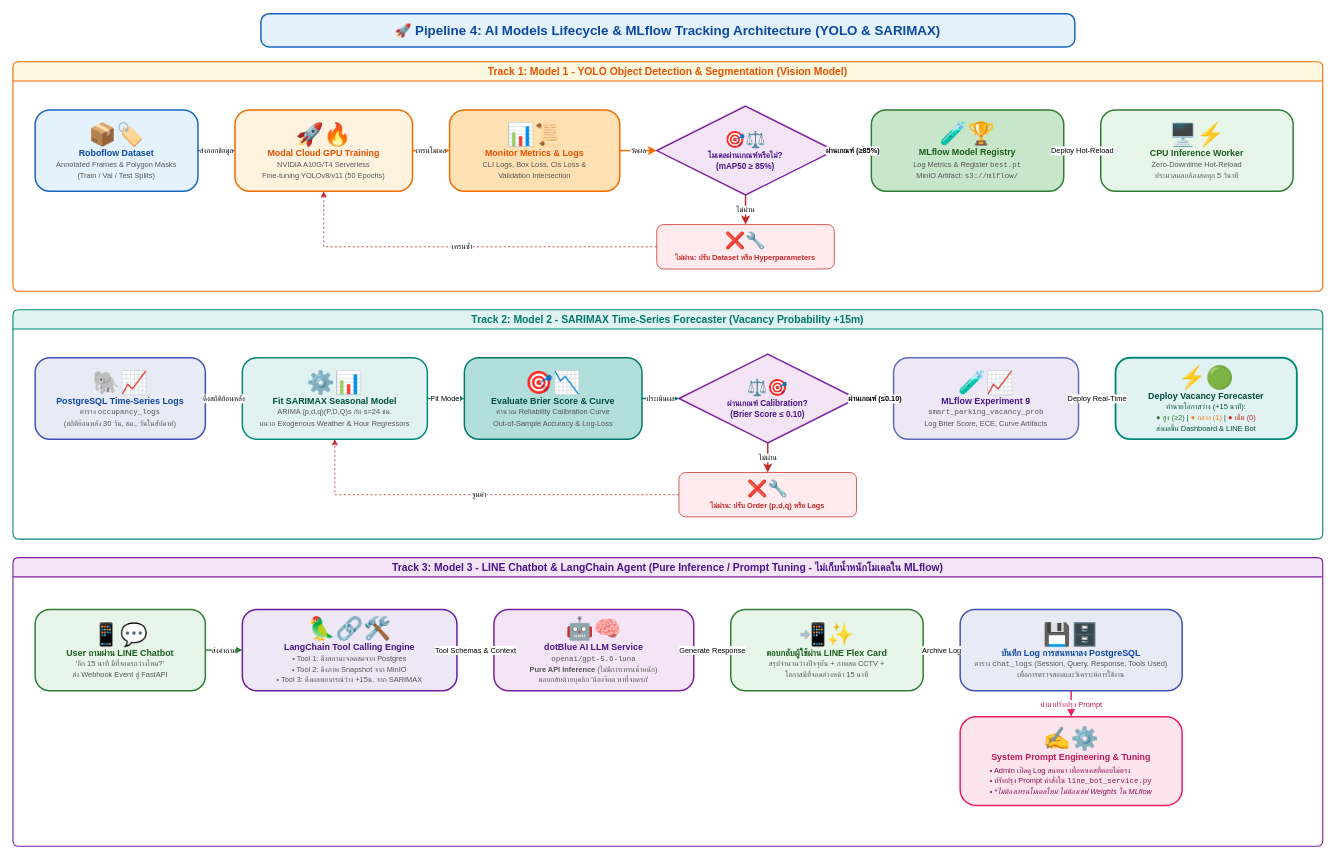
This is page "5. AI Models Training & MLflow Registry" (5 of 7) of diagrams/overviews.drawio from price-of-sungkhanakharin/mini-pro-eco, a draw.io file, before an edit. Source tidied: cells renumbered, new cells numbered last; positions are measured from the earlier drawing's top-left corner, leaving out a move shared by most shapes. Both pictures are drawn from the tidied source at 74%, with x=0, y=0 at pixel (13, 13).
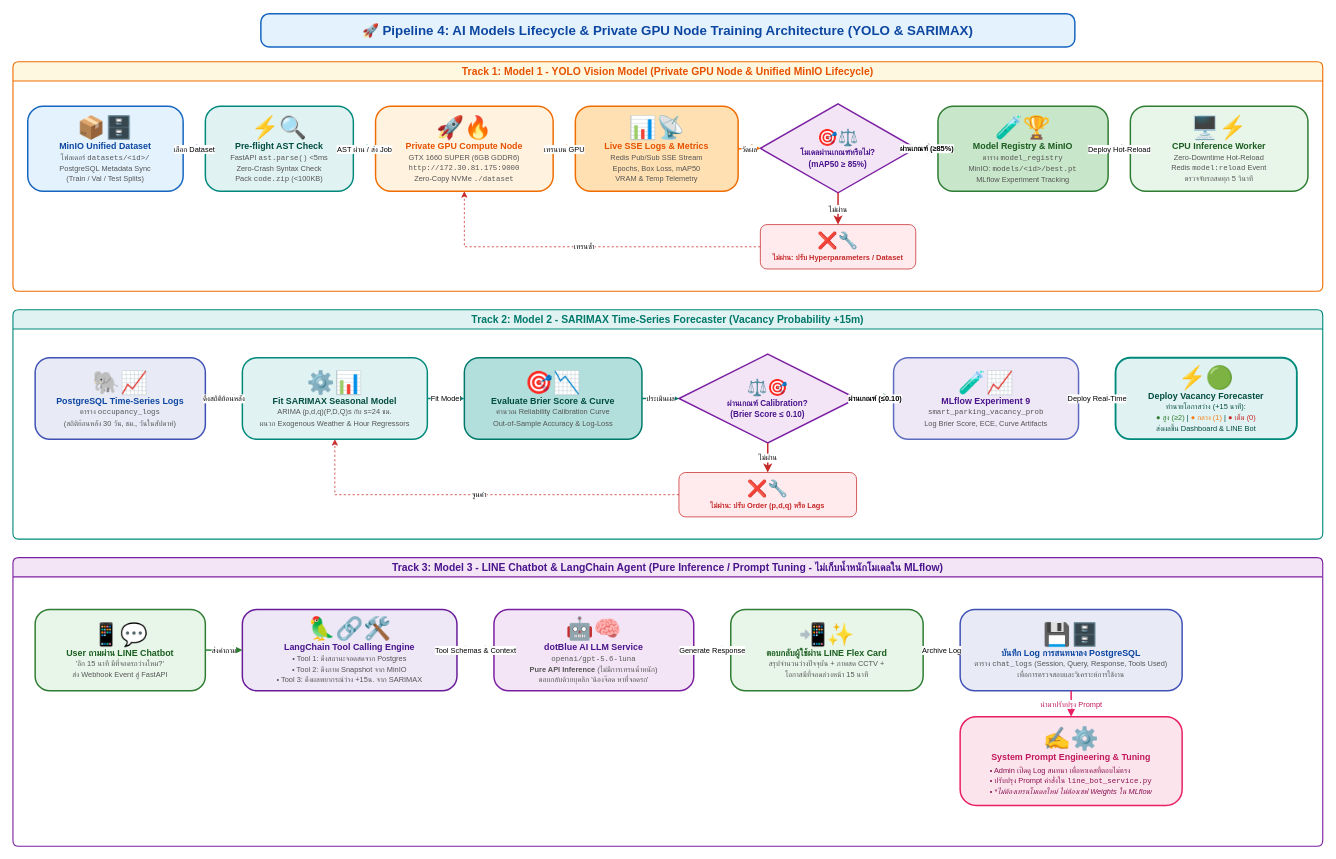
The same diagram, later.

Commit message (it also covers changes not shown here):
docs(diagrams): update overviews.drawio to Private GPU Compute Node architecture across all pages

What changed in the source:
```diff
@@
-    <mxCell id="2" value="&lt;b style='font-size:18px;color:#0D47A1;'&gt;🚀 Pipeline 4: AI Models Lifecycle &amp; MLflow Tracking Architecture (YOLO &amp; SARIMAX)&lt;/b&gt;" style="rounded=1;whiteSpace=wrap;html=1;fillColor=#E3F2FD;strokeColor=#1565C0;strokeWidth=2;arcSize=25;align=center;" parent="1" vertex="1">
+    <mxCell id="2" value="&lt;b style='font-size:18px;color:#0D47A1;'&gt;🚀 Pipeline 4: AI Models Lifecycle &amp; Private GPU Node Training Architecture (YOLO &amp; SARIMAX)&lt;/b&gt;" style="rounded=1;whiteSpace=wrap;html=1;fillColor=#E3F2FD;strokeColor=#1565C0;strokeWidth=2;arcSize=25;align=center;" parent="1" vertex="1">
       <mxGeometry x="335" width="1100" height="45" as="geometry" />
     </mxCell>
-    <mxCell id="3" value="&lt;b style='font-size:14px;color:#E65100;'&gt;Track 1: Model 1 - YOLO Object Detection &amp; Segmentation (Vision Model)&lt;/b&gt;" style="swimlane;whiteSpace=wrap;html=1;fillColor=#FFF8E1;strokeColor=#EF6C00;strokeWidth=1.5;startSize=26;rounded=1;arcSize=10;" parent="1" vertex="1">
+    <mxCell id="3" value="&lt;b style='font-size:14px;color:#E65100;'&gt;Track 1: Model 1 - YOLO Vision Model (Private GPU Node &amp; Unified MinIO Lifecycle)&lt;/b&gt;" style="swimlane;whiteSpace=wrap;html=1;fillColor=#FFF8E1;strokeColor=#EF6C00;strokeWidth=1.5;startSize=26;rounded=1;arcSize=10;" parent="1" vertex="1">
       <mxGeometry y="65" width="1770" height="310" as="geometry" />
     </mxCell>
-    <mxCell id="4" value="&lt;div style='text-align:center;'&gt;&lt;span style='font-size:30px;'&gt;📦🏷️&lt;/span&gt;&lt;br/&gt;&lt;b style='font-size:12px;color:#0D47A1;'&gt;Roboflow Dataset&lt;/b&gt;&lt;br/&gt;&lt;span style='font-size:10px;color:#555;'&gt;Annotated Frames &amp; Polygon Masks&lt;br/&gt;(Train / Val / Test Splits)&lt;/span&gt;&lt;/div&gt;" style="rounded=1;whiteSpace=wrap;html=1;fillColor=#E3F2FD;strokeColor=#1565C0;strokeWidth=2;arcSize=18;" parent="1" vertex="1">
-      <mxGeometry x="30" y="130" width="220" height="110" as="geometry" />
+    <mxCell id="4" value="&lt;div style='text-align:center;'&gt;&lt;span style='font-size:30px;'&gt;📦🗄️&lt;/span&gt;&lt;br/&gt;&lt;b style='font-size:12px;color:#0D47A1;'&gt;MinIO Unified Dataset&lt;/b&gt;&lt;br/&gt;&lt;span style='font-size:10px;color:#555;'&gt;โฟลเดอร์ &lt;code&gt;datasets/&amp;lt;id&amp;gt;/&lt;/code&gt;&lt;br/&gt;PostgreSQL Metadata Sync&lt;br/&gt;(Train / Val / Test Splits)&lt;/span&gt;&lt;/div&gt;" style="rounded=1;whiteSpace=wrap;html=1;fillColor=#E3F2FD;strokeColor=#1565C0;strokeWidth=2;arcSize=18;" parent="1" vertex="1">
+      <mxGeometry x="20" y="125" width="210" height="115" as="geometry" />
     </mxCell>
+    <mxCell id="45" value="&lt;div style='text-align:center;'&gt;&lt;span style='font-size:30px;'&gt;⚡🔍&lt;/span&gt;&lt;br/&gt;&lt;b style='font-size:12px;color:#004D40;'&gt;Pre-flight AST Check&lt;/b&gt;&lt;br/&gt;&lt;span style='font-size:10px;color:#555;'&gt;FastAPI &lt;code&gt;ast.parse()&lt;/code&gt; &amp;lt;5ms&lt;br/&gt;Zero-Crash Syntax Check&lt;br/&gt;Pack &lt;code&gt;code.zip&lt;/code&gt; (&amp;lt;100KB)&lt;/span&gt;&lt;/div&gt;" style="rounded=1;whiteSpace=wrap;html=1;fillColor=#E0F2F1;strokeColor=#00897B;strokeWidth=2;arcSize=18;" parent="1" vertex="1">
+      <mxGeometry x="260" y="125" width="200" height="115" as="geometry" />
+    </mxCell>
-    <mxCell id="5" value="&lt;div style='text-align:center;'&gt;&lt;span style='font-size:30px;'&gt;🚀🔥&lt;/span&gt;&lt;br/&gt;&lt;b style='font-size:12px;color:#E65100;'&gt;Modal Cloud GPU Training&lt;/b&gt;&lt;br/&gt;&lt;span style='font-size:10px;color:#555;'&gt;NVIDIA A10G/T4 Serverless&lt;br/&gt;Fine-tuning YOLOv8/v11 (50 Epochs)&lt;/span&gt;&lt;/div&gt;" style="rounded=1;whiteSpace=wrap;html=1;fillColor=#FFF3E0;strokeColor=#EF6C00;strokeWidth=2;arcSize=18;" parent="1" vertex="1">
-      <mxGeometry x="300" y="130" width="240" height="110" as="geometry" />
+    <mxCell id="5" value="&lt;div style='text-align:center;'&gt;&lt;span style='font-size:30px;'&gt;🚀🔥&lt;/span&gt;&lt;br/&gt;&lt;b style='font-size:12px;color:#E65100;'&gt;Private GPU Compute Node&lt;/b&gt;&lt;br/&gt;&lt;span style='font-size:10px;color:#555;'&gt;GTX 1660 SUPER (6GB GDDR6)&lt;br/&gt;&lt;code&gt;http://172.30.81.175:9000&lt;/code&gt;&lt;br/&gt;Zero-Copy NVMe &lt;code&gt;./dataset&lt;/code&gt;&lt;/span&gt;&lt;/div&gt;" style="rounded=1;whiteSpace=wrap;html=1;fillColor=#FFF3E0;strokeColor=#EF6C00;strokeWidth=2;arcSize=18;" parent="1" vertex="1">
+      <mxGeometry x="490" y="125" width="240" height="115" as="geometry" />
     </mxCell>
-    <mxCell id="6" value="&lt;div style='text-align:center;'&gt;&lt;span style='font-size:30px;'&gt;📊📜&lt;/span&gt;&lt;br/&gt;&lt;b style='font-size:12px;color:#E65100;'&gt;Monitor Metrics &amp; Logs&lt;/b&gt;&lt;br/&gt;&lt;span style='font-size:10px;color:#555;'&gt;CLI Logs, Box Loss, Cls Loss &amp;&lt;br/&gt;Validation Intersection&lt;/span&gt;&lt;/div&gt;" style="rounded=1;whiteSpace=wrap;html=1;fillColor=#FFE0B2;strokeColor=#EF6C00;strokeWidth=2;arcSize=18;" parent="1" vertex="1">
-      <mxGeometry x="590" y="130" width="230" height="110" as="geometry" />
+    <mxCell id="6" value="&lt;div style='text-align:center;'&gt;&lt;span style='font-size:30px;'&gt;📊📡&lt;/span&gt;&lt;br/&gt;&lt;b style='font-size:12px;color:#E65100;'&gt;Live SSE Logs &amp;amp; Metrics&lt;/b&gt;&lt;br/&gt;&lt;span style='font-size:10px;color:#555;'&gt;Redis Pub/Sub SSE Stream&lt;br/&gt;Epochs, Box Loss, mAP50&lt;br/&gt;VRAM &amp;amp; Temp Telemetry&lt;/span&gt;&lt;/div&gt;" style="rounded=1;whiteSpace=wrap;html=1;fillColor=#FFE0B2;strokeColor=#EF6C00;strokeWidth=2;arcSize=18;" parent="1" vertex="1">
+      <mxGeometry x="760" y="125" width="220" height="115" as="geometry" />
     </mxCell>
     <mxCell id="7" value="&lt;div style='text-align:center;'&gt;&lt;span style='font-size:22px;'&gt;🎯⚖️&lt;/span&gt;&lt;br/&gt;&lt;b style='font-size:11px;color:#4A148C;'&gt;โมเดลผ่านเกณฑ์หรือไม่?&lt;br/&gt;(mAP50 &amp;ge; 85%)&lt;/b&gt;&lt;/div&gt;" style="shape=rhombus;whiteSpace=wrap;html=1;fillColor=#F3E5F5;strokeColor=#7B1FA2;strokeWidth=2;" parent="1" vertex="1">
-      <mxGeometry x="870" y="125" width="240" height="120" as="geometry" />
+      <mxGeometry x="1010" y="122" width="210" height="120" as="geometry" />
     </mxCell>
-    <mxCell id="8" value="&lt;div style='text-align:center;'&gt;&lt;span style='font-size:22px;'&gt;❌🔧&lt;/span&gt;&lt;br/&gt;&lt;b style='font-size:10px;color:#C62828;'&gt;ไม่ผ่าน: ปรับ Dataset หรือ Hyperparameters&lt;/b&gt;&lt;/div&gt;" style="rounded=1;whiteSpace=wrap;html=1;fillColor=#FFEBEE;strokeColor=#C62828;strokeWidth=1;arcSize=15;" parent="1" vertex="1">
-      <mxGeometry x="870" y="285" width="240" height="60" as="geometry" />
+    <mxCell id="8" value="&lt;div style='text-align:center;'&gt;&lt;span style='font-size:22px;'&gt;❌🔧&lt;/span&gt;&lt;br/&gt;&lt;b style='font-size:10px;color:#C62828;'&gt;ไม่ผ่าน: ปรับ Hyperparameters / Dataset&lt;/b&gt;&lt;/div&gt;" style="rounded=1;whiteSpace=wrap;html=1;fillColor=#FFEBEE;strokeColor=#C62828;strokeWidth=1;arcSize=15;" parent="1" vertex="1">
+      <mxGeometry x="1010" y="285" width="210" height="60" as="geometry" />
     </mxCell>
-    <mxCell id="9" value="&lt;div style='text-align:center;'&gt;&lt;span style='font-size:30px;'&gt;🧪🏆&lt;/span&gt;&lt;br/&gt;&lt;b style='font-size:12px;color:#1B5E20;'&gt;MLflow Model Registry&lt;/b&gt;&lt;br/&gt;&lt;span style='font-size:10px;color:#555;'&gt;Log Metrics &amp; Register &lt;code&gt;best.pt&lt;/code&gt;&lt;br/&gt;MinIO Artifact: &lt;code&gt;s3://mlflow/&lt;/code&gt;&lt;/span&gt;&lt;/div&gt;" style="rounded=1;whiteSpace=wrap;html=1;fillColor=#C8E6C9;strokeColor=#2E7D32;strokeWidth=2;arcSize=18;" parent="1" vertex="1">
-      <mxGeometry x="1160" y="130" width="260" height="110" as="geometry" />
+    <mxCell id="9" value="&lt;div style='text-align:center;'&gt;&lt;span style='font-size:30px;'&gt;🧪🏆&lt;/span&gt;&lt;br/&gt;&lt;b style='font-size:12px;color:#1B5E20;'&gt;Model Registry &amp;amp; MinIO&lt;/b&gt;&lt;br/&gt;&lt;span style='font-size:10px;color:#555;'&gt;ตาราง &lt;code&gt;model_registry&lt;/code&gt;&lt;br/&gt;MinIO: &lt;code&gt;models/&amp;lt;id&amp;gt;/best.pt&lt;/code&gt;&lt;br/&gt;MLflow Experiment Tracking&lt;/span&gt;&lt;/div&gt;" style="rounded=1;whiteSpace=wrap;html=1;fillColor=#C8E6C9;strokeColor=#2E7D32;strokeWidth=2;arcSize=18;" parent="1" vertex="1">
+      <mxGeometry x="1250" y="125" width="230" height="115" as="geometry" />
     </mxCell>
-    <mxCell id="10" value="&lt;div style='text-align:center;'&gt;&lt;span style='font-size:30px;'&gt;🖥️⚡&lt;/span&gt;&lt;br/&gt;&lt;b style='font-size:12px;color:#1B5E20;'&gt;CPU Inference Worker&lt;/b&gt;&lt;br/&gt;&lt;span style='font-size:10px;color:#555;'&gt;Zero-Downtime Hot-Reload&lt;br/&gt;ประมวลผลกล้องสดทุก 5 วินาที&lt;/span&gt;&lt;/div&gt;" style="rounded=1;whiteSpace=wrap;html=1;fillColor=#E8F5E9;strokeColor=#2E7D32;strokeWidth=2;arcSize=18;" parent="1" vertex="1">
-      <mxGeometry x="1470" y="130" width="260" height="110" as="geometry" />
+    <mxCell id="10" value="&lt;div style='text-align:center;'&gt;&lt;span style='font-size:30px;'&gt;🖥️⚡&lt;/span&gt;&lt;br/&gt;&lt;b style='font-size:12px;color:#1B5E20;'&gt;CPU Inference Worker&lt;/b&gt;&lt;br/&gt;&lt;span style='font-size:10px;color:#555;'&gt;Zero-Downtime Hot-Reload&lt;br/&gt;Redis &lt;code&gt;model:reload&lt;/code&gt; Event&lt;br/&gt;ตรวจจับรถสดทุก 5 วินาที&lt;/span&gt;&lt;/div&gt;" style="rounded=1;whiteSpace=wrap;html=1;fillColor=#E8F5E9;strokeColor=#2E7D32;strokeWidth=2;arcSize=18;" parent="1" vertex="1">
+      <mxGeometry x="1510" y="125" width="240" height="115" as="geometry" />
     </mxCell>
-    <mxCell id="11" value="ส่งออกข้อมูล" style="edgeStyle=orthogonalEdgeStyle;rounded=0;html=1;strokeColor=#1565C0;strokeWidth=2;endArrow=classic;fontSize=10;labelBackgroundColor=#ffffff;" parent="1" edge="1" source="4" target="5">
+    <mxCell id="11" value="เลือก Dataset" style="edgeStyle=orthogonalEdgeStyle;rounded=0;html=1;strokeColor=#1565C0;strokeWidth=2;endArrow=classic;fontSize=10;labelBackgroundColor=#ffffff;" parent="1" edge="1" source="4" target="45">
       <mxGeometry relative="1" as="geometry" />
     </mxCell>
+    <mxCell id="46" value="AST ผ่าน / ส่ง Job" style="edgeStyle=orthogonalEdgeStyle;rounded=0;html=1;strokeColor=#00897B;strokeWidth=2;endArrow=classic;fontSize=10;labelBackgroundColor=#ffffff;" parent="1" edge="1" source="45" target="5">
+      <mxGeometry relative="1" as="geometry" />
+    </mxCell>
-    <mxCell id="12" value="เทรนโมเดล" style="edgeStyle=orthogonalEdgeStyle;rounded=0;html=1;strokeColor=#EF6C00;strokeWidth=2;endArrow=classic;fontSize=10;labelBackgroundColor=#ffffff;" parent="1" edge="1" source="5" target="6">
+    <mxCell id="12" value="เทรนบน GPU" style="edgeStyle=orthogonalEdgeStyle;rounded=0;html=1;strokeColor=#EF6C00;strokeWidth=2;endArrow=classic;fontSize=10;labelBackgroundColor=#ffffff;" parent="1" edge="1" source="5" target="6">
       <mxGeometry relative="1" as="geometry" />
     </mxCell>
@@
     <mxCell id="15" value="เทรนซ้ำ" style="edgeStyle=orthogonalEdgeStyle;rounded=0;html=1;strokeColor=#C62828;strokeWidth=1;dashed=1;endArrow=classic;fontSize=10;labelBackgroundColor=#ffffff;" parent="1" edge="1" source="8" target="5">
       <mxGeometry relative="1" as="geometry">
         <Array as="points">
-          <mxPoint x="870" y="315" />
-          <mxPoint x="420" y="315" />
-          <mxPoint x="420" y="240" />
+          <mxPoint x="1010" y="315" />
+          <mxPoint x="610" y="315" />
+          <mxPoint x="610" y="240" />
         </Array>
       </mxGeometry>
     </mxCell>
```
